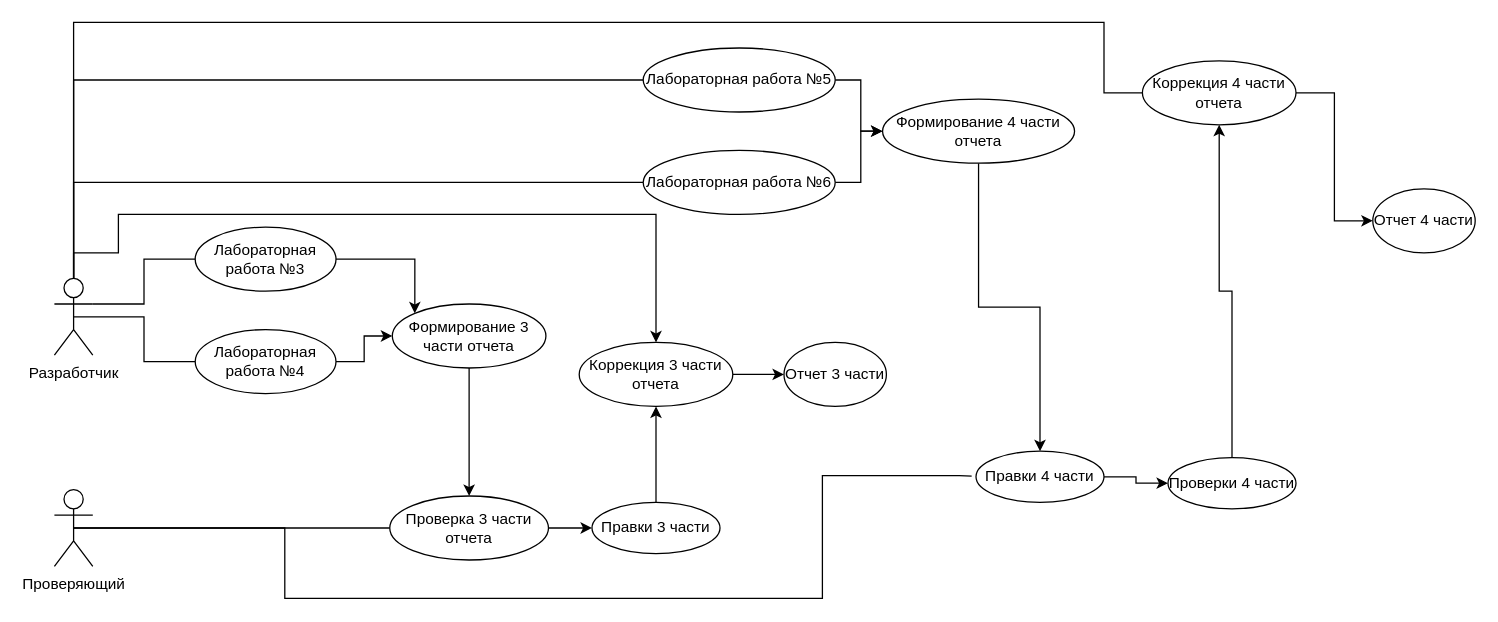
Earlier version of the draw.io diagram Документирование проекта АИС(2).drawio (hiff0/db-city-council). Source tidied: cells renumbered, new cells numbered last; positions are measured from the earlier drawing's top-left corner, leaving out a move shared by most shapes. Both pictures are drawn from the tidied source at 128%, with x=0, y=0 at pixel (54, 22).
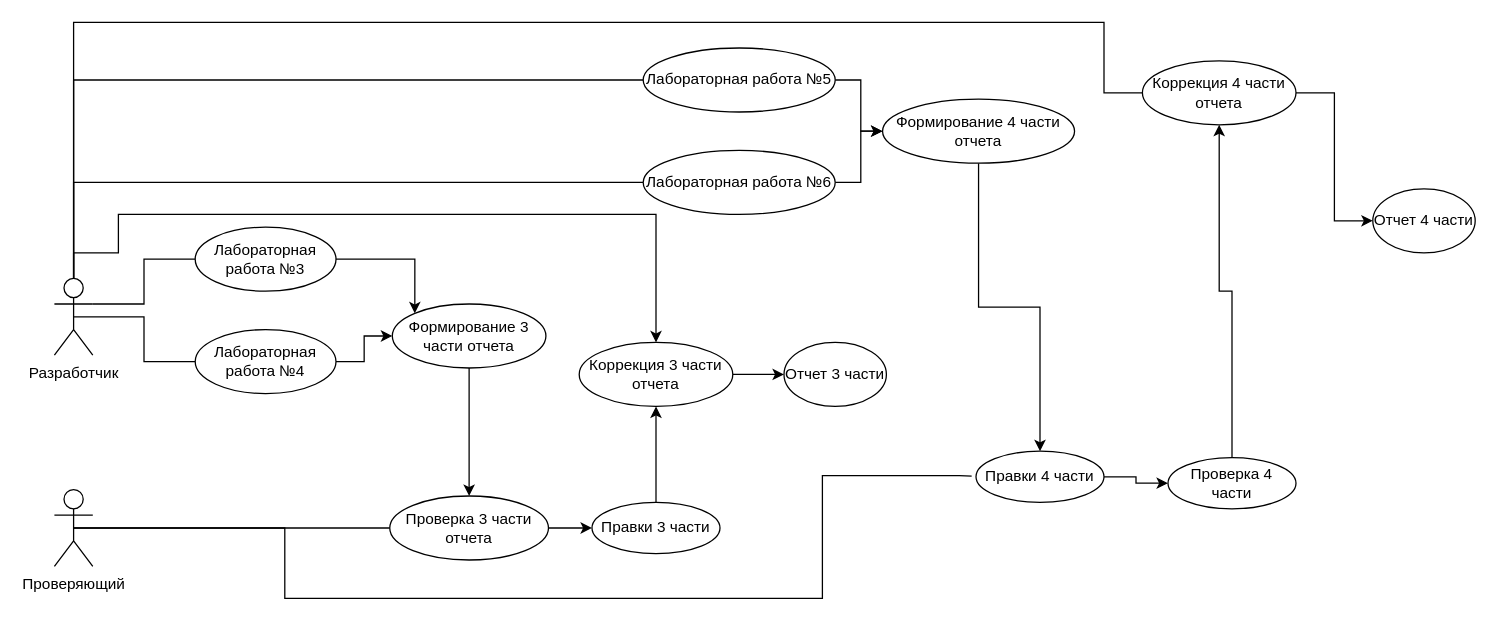
The same page after the edit.

Change to the diagram source:
```diff
@@
-    <mxCell id="35" value="Проверки 4 части" style="ellipse;whiteSpace=wrap;html=1;" parent="1" vertex="1">
+    <mxCell id="35" value="Проверка 4 части" style="ellipse;whiteSpace=wrap;html=1;" parent="1" vertex="1">
       <mxGeometry x="870" y="340" width="100" height="40" as="geometry" />
     </mxCell>
```
